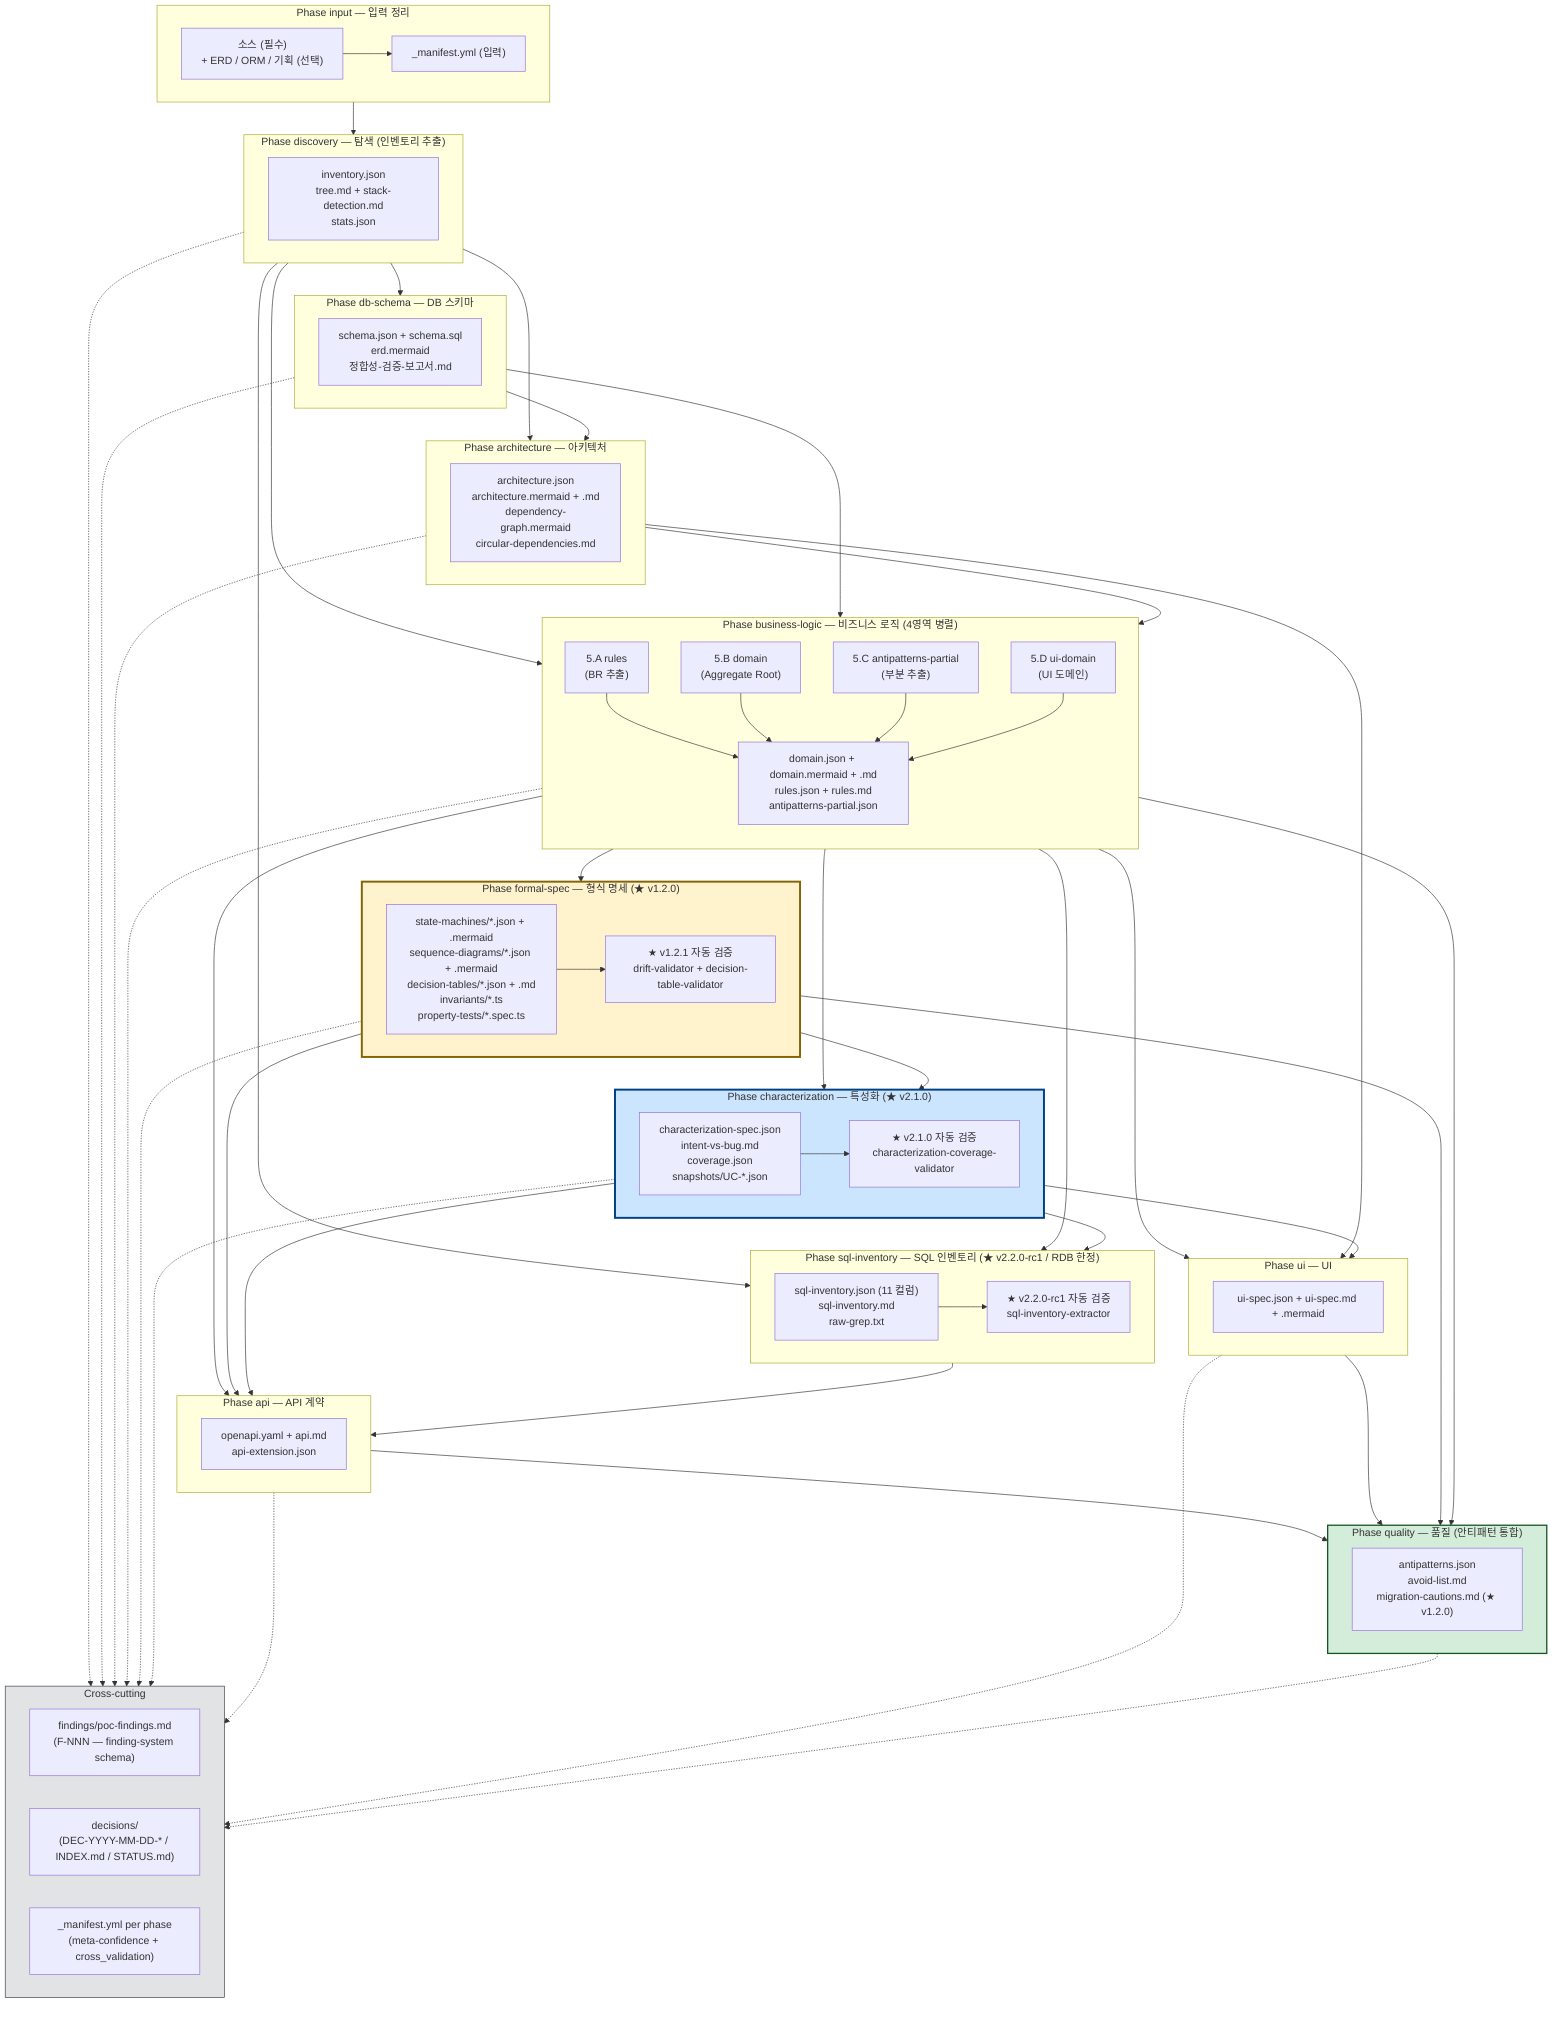
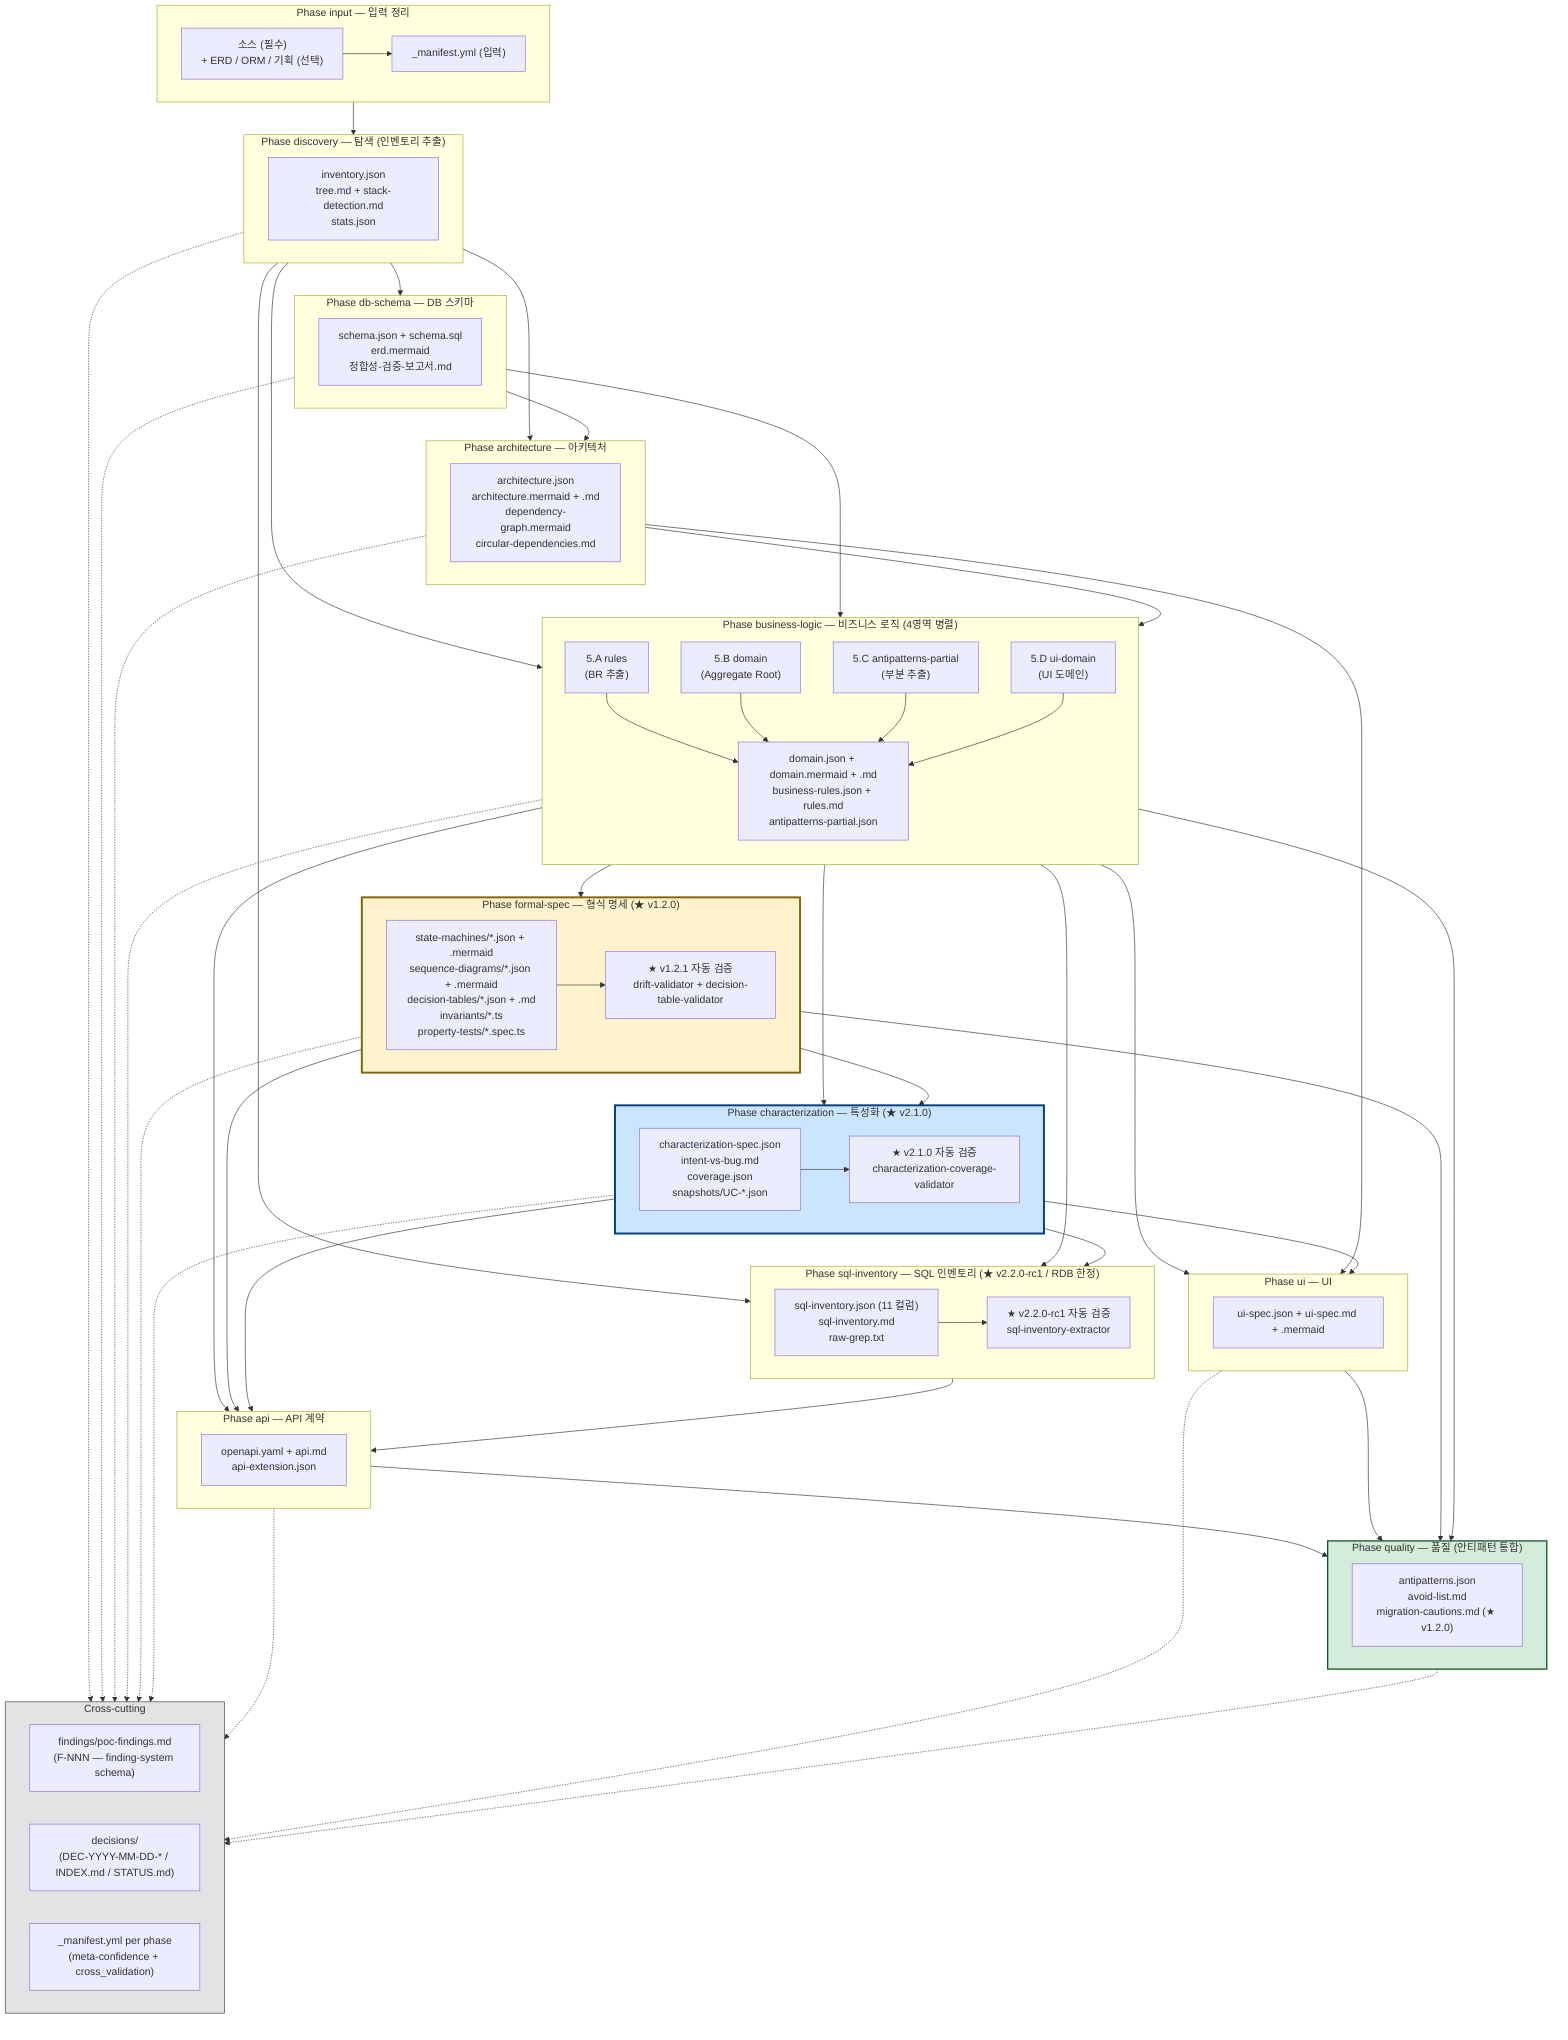
%% AI-Native 방법론 — Phase 흐름 + 산출물 의존 그래프
%% v3.0.0 — ★ phase ID 의미 ID rename (D-3 paradigm / depends_on 그래프 SSOT / 위상정렬 자동 도출).
%% 사람 눈 (mermaid). AI 눈 짝: phase-flow.json (drift-validator 호환).
%% subgraph id 표기 = `P_<semantic_id>` (P 접두사 + underscore — mermaid 문법 호환 + drift-validator P prefix 정규식 호환).
%% drift-validator 의 derivePhaseIdFromSubId 가 `P_db_schema` → `db-schema` 자동 변환.
%% ADR-008 (이중 렌더링) + ADR-CHAIN-006 (characterization) + ADR-CHAIN-007 (sql-inventory) 정합.

flowchart TB
    %% ═════════════ input ═════════════
    subgraph P_input["Phase input — 입력 정리"]
        direction LR
        input_IN["소스 (필수)<br/>+ ERD / ORM / 기획 (선택)"]
        input_OUT["_manifest.yml (입력)"]
        input_IN --> input_OUT
    end

    %% ═════════════ discovery ═════════════
    subgraph P_discovery["Phase discovery — 탐색 (인벤토리 추출)"]
        direction LR
        discovery_OUT["inventory.json<br/>tree.md + stack-detection.md<br/>stats.json"]
    end

    %% ═════════════ db-schema ═════════════
    subgraph P_db_schema["Phase db-schema — DB 스키마"]
        direction LR
        db_schema_OUT["schema.json + schema.sql<br/>erd.mermaid<br/>정합성-검증-보고서.md"]
    end

    %% ═════════════ architecture ═════════════
    subgraph P_architecture["Phase architecture — 아키텍처"]
        direction LR
        architecture_OUT["architecture.json<br/>architecture.mermaid + .md<br/>dependency-graph.mermaid<br/>circular-dependencies.md"]
    end

    %% ═════════════ business-logic (4영역 병렬) ═════════════
    subgraph P_business_logic["Phase business-logic — 비즈니스 로직 (4영역 병렬)"]
        direction TB
        BL_A["5.A rules<br/>(BR 추출)"]
        BL_B["5.B domain<br/>(Aggregate Root)"]
        BL_C["5.C antipatterns-partial<br/>(부분 추출)"]
        BL_D["5.D ui-domain<br/>(UI 도메인)"]
-         BL_OUT["domain.json + domain.mermaid + .md<br/>rules.json + rules.md<br/>antipatterns-partial.json"]
+         BL_OUT["domain.json + domain.mermaid + .md<br/>business-rules.json + rules.md<br/>antipatterns-partial.json"]
        BL_A --> BL_OUT
        BL_B --> BL_OUT
        BL_C --> BL_OUT
        BL_D --> BL_OUT
    end

    %% ═════════════ formal-spec (★ v1.2.0 신설 / v1.2.1 자동 검증) ═════════════
    subgraph P_formal_spec["Phase formal-spec — 형식 명세 (★ v1.2.0)"]
        direction LR
        formal_spec_OUT["state-machines/*.json + .mermaid<br/>sequence-diagrams/*.json + .mermaid<br/>decision-tables/*.json + .md<br/>invariants/*.ts<br/>property-tests/*.spec.ts"]
        formal_spec_VAL["★ v1.2.1 자동 검증<br/>drift-validator + decision-table-validator"]
        formal_spec_OUT --> formal_spec_VAL
    end

    %% ═════════════ characterization (★ v2.1.0 신설 — 의도 vs 버그 분리) ═════════════
    subgraph P_characterization["Phase characterization — 특성화 (★ v2.1.0)"]
        direction LR
        characterization_OUT["characterization-spec.json<br/>intent-vs-bug.md<br/>coverage.json<br/>snapshots/UC-*.json"]
        characterization_VAL["★ v2.1.0 자동 검증<br/>characterization-coverage-validator"]
        characterization_OUT --> characterization_VAL
    end

    %% ═════════════ sql-inventory (★ v2.2.0-rc1 신설 / RDB 한정) ═════════════
    subgraph P_sql_inventory["Phase sql-inventory — SQL 인벤토리 (★ v2.2.0-rc1 / RDB 한정)"]
        direction LR
        sql_inventory_OUT["sql-inventory.json (11 컬럼)<br/>sql-inventory.md<br/>raw-grep.txt"]
        sql_inventory_VAL["★ v2.2.0-rc1 자동 검증<br/>sql-inventory-extractor"]
        sql_inventory_OUT --> sql_inventory_VAL
    end

    %% ═════════════ api / ui (병렬) ═════════════
    subgraph P_api["Phase api — API 계약"]
        api_OUT["openapi.yaml + api.md<br/>api-extension.json"]
    end
    subgraph P_ui["Phase ui — UI"]
        ui_OUT["ui-spec.json + ui-spec.md + .mermaid"]
    end

    %% ═════════════ quality ═════════════
    subgraph P_quality["Phase quality — 품질 (안티패턴 통합)"]
        direction LR
        quality_OUT["antipatterns.json<br/>avoid-list.md<br/>migration-cautions.md (★ v1.2.0)"]
    end

    %% ═════════════ Cross-cutting (모든 phase) ═════════════
    subgraph CC["Cross-cutting"]
        direction LR
        CC_FIND["findings/poc-findings.md<br/>(F-NNN — finding-system schema)"]
        CC_DEC["decisions/<br/>(DEC-YYYY-MM-DD-* / INDEX.md / STATUS.md)"]
        CC_META["_manifest.yml per phase<br/>(meta-confidence + cross_validation)"]
    end

    %% ═════════════ 의존 그래프 ═════════════
    P_input --> P_discovery
    P_discovery --> P_db_schema
    P_discovery --> P_architecture
    P_db_schema --> P_architecture
    P_discovery --> P_business_logic
    P_db_schema --> P_business_logic
    P_architecture --> P_business_logic
    P_business_logic --> P_formal_spec
    P_business_logic --> P_characterization
    P_formal_spec --> P_characterization
    P_discovery --> P_sql_inventory
    P_business_logic --> P_sql_inventory
    P_characterization --> P_sql_inventory
    P_business_logic --> P_api
    P_formal_spec --> P_api
    P_characterization --> P_api
    P_sql_inventory --> P_api
    P_business_logic --> P_ui
    P_architecture --> P_ui
    P_characterization --> P_ui
    P_api --> P_quality
    P_ui --> P_quality
    P_formal_spec --> P_quality
    P_business_logic --> P_quality

    %% 산출물 cross-cutting
    P_discovery -.-> CC_FIND
    P_db_schema -.-> CC_FIND
    P_architecture -.-> CC_FIND
    P_business_logic -.-> CC_FIND
    P_formal_spec -.-> CC_FIND
    P_characterization -.-> CC_FIND
    P_api -.-> CC_FIND
    P_ui -.-> CC_FIND
    P_quality -.-> CC_FIND

    %% Style
    classDef new_formal fill:#fff3cd,stroke:#856404,stroke-width:3px
    classDef new_char fill:#cce5ff,stroke:#004085,stroke-width:3px
    classDef quality_style fill:#d4edda,stroke:#155724,stroke-width:2px
    classDef cross fill:#e2e3e5,stroke:#383d41
    class P_formal_spec new_formal
    class P_characterization new_char
    class P_quality quality_style
    class CC cross
